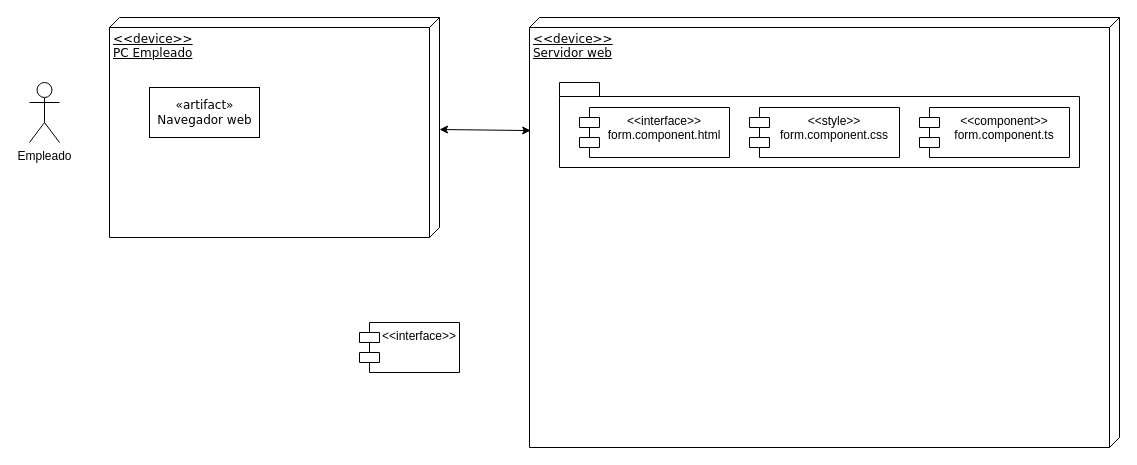
This is Diagramas/DiagramaDespliegue.drawio from JorgeADnro/R1Torres, a draw.io file, before an edit. Source tidied: cells renumbered, new cells numbered last; positions are measured from the earlier drawing's top-left corner, leaving out a move shared by most shapes. Both pictures are drawn from the tidied source at 100%, with x=0, y=0 at pixel (29, 17).
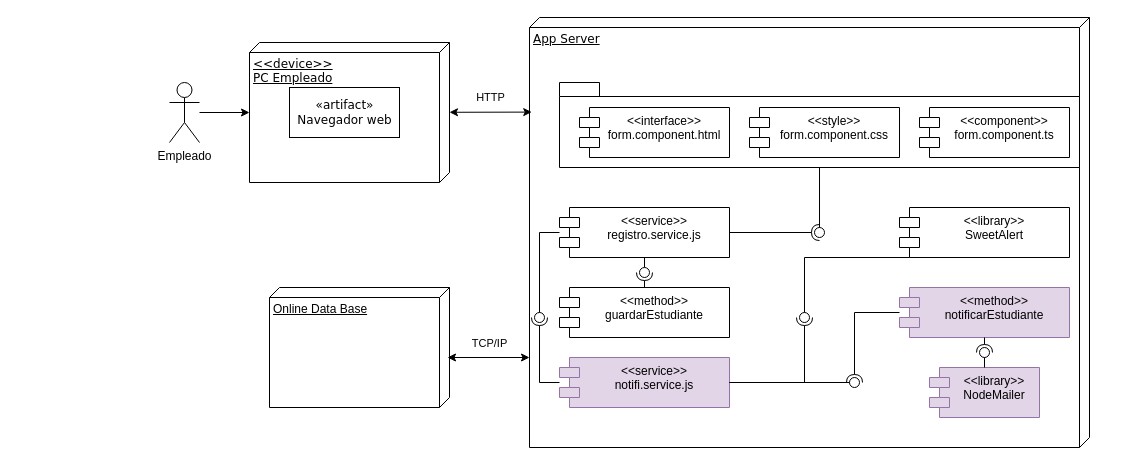
The same diagram, later.

The change refers to these unchanged cells:
```xml
<mxCell id="7" style="shape=folder;fontStyle=1;spacingTop=10;tabWidth=40;tabHeight=14;tabPosition=left;html=1;whiteSpace=wrap;" parent="1" vertex="1">
  <mxGeometry x="530" y="65" width="520" height="85" as="geometry" />
</mxCell>
```

The edit, as a diff of the source:
```diff
@@
     <mxCell id="2" value="&amp;lt;&amp;lt;device&amp;gt;&amp;gt;&lt;br&gt;PC Empleado" style="verticalAlign=top;align=left;spacingTop=8;spacingLeft=2;spacingRight=12;shape=cube;size=10;direction=south;fontStyle=4;html=1;rounded=0;shadow=0;comic=0;labelBackgroundColor=none;strokeWidth=1;fontFamily=Verdana;fontSize=12;" parent="1" vertex="1">
-      <mxGeometry x="80" width="330" height="220" as="geometry" />
+      <mxGeometry x="220" y="25" width="200" height="140" as="geometry" />
     </mxCell>
-    <mxCell id="3" value="&amp;lt;&amp;lt;device&amp;gt;&amp;gt;&lt;br&gt;Servidor web" style="verticalAlign=top;align=left;spacingTop=8;spacingLeft=2;spacingRight=12;shape=cube;size=10;direction=south;fontStyle=4;html=1;rounded=0;shadow=0;comic=0;labelBackgroundColor=none;strokeWidth=1;fontFamily=Verdana;fontSize=12;" parent="1" vertex="1">
-      <mxGeometry x="500" width="590" height="430" as="geometry" />
+    <mxCell id="3" value="App Server" style="verticalAlign=top;align=left;spacingTop=8;spacingLeft=2;spacingRight=12;shape=cube;size=10;direction=south;fontStyle=4;html=1;rounded=0;shadow=0;comic=0;labelBackgroundColor=none;strokeWidth=1;fontFamily=Verdana;fontSize=12;" parent="1" vertex="1">
+      <mxGeometry x="500" width="560" height="430" as="geometry" />
     </mxCell>
     <mxCell id="4" value="«artifact»&lt;br&gt;Navegador web" style="html=1;rounded=0;shadow=0;comic=0;labelBackgroundColor=none;strokeWidth=1;fontFamily=Verdana;fontSize=12;align=center;" parent="1" vertex="1">
-      <mxGeometry x="120" y="70" width="110" height="50" as="geometry" />
+      <mxGeometry x="260" y="70" width="110" height="50" as="geometry" />
     </mxCell>
     <mxCell id="5" value="Empleado" style="shape=umlActor;verticalLabelPosition=bottom;verticalAlign=top;html=1;outlineConnect=0;" parent="1" vertex="1">
-      <mxGeometry y="65" width="30" height="60" as="geometry" />
+      <mxGeometry x="140" y="65" width="30" height="60" as="geometry" />
     </mxCell>
-    <mxCell id="6" style="endArrow=classic;startArrow=classic;html=1;rounded=0;entryX=0.263;entryY=0.998;entryDx=0;entryDy=0;entryPerimeter=0;" parent="1" edge="1" source="2" target="3">
+    <mxCell id="6" style="endArrow=classic;startArrow=classic;html=1;rounded=0;entryX=0.22;entryY=0.996;entryDx=0;entryDy=0;entryPerimeter=0;" parent="1" edge="1" source="2" target="3">
       <mxGeometry relative="1" as="geometry" />
     </mxCell>
+    <mxCell id="12" value="HTTP" style="edgeLabel;html=1;align=center;verticalAlign=middle;" parent="6" vertex="1">
+      <mxGeometry y="1" relative="1" as="geometry">
+        <mxPoint y="-14" as="offset" />
+      </mxGeometry>
+    </mxCell>
@@
-    <mxCell id="9" value="&amp;lt;&amp;lt;interface&amp;gt;&amp;gt;" style="shape=module;align=left;spacingLeft=20;align=center;verticalAlign=top;whiteSpace=wrap;html=1;" parent="1" vertex="1">
-      <mxGeometry x="330" y="305" width="100" height="50" as="geometry" />
-    </mxCell>
@@
+    <mxCell id="13" value="&amp;lt;&amp;lt;service&amp;gt;&amp;gt;&lt;br&gt;registro.service.js" style="shape=module;align=left;spacingLeft=20;align=center;verticalAlign=top;whiteSpace=wrap;html=1;" parent="1" vertex="1">
+      <mxGeometry x="530" y="190" width="170" height="50" as="geometry" />
+    </mxCell>
+    <mxCell id="14" value="&amp;lt;&amp;lt;service&amp;gt;&amp;gt;&lt;br&gt;notifi.service.js" style="shape=module;align=left;spacingLeft=20;align=center;verticalAlign=top;whiteSpace=wrap;html=1;fillColor=#e1d5e7;strokeColor=#9673a6;" parent="1" vertex="1">
+      <mxGeometry x="530" y="340" width="170" height="50" as="geometry" />
+    </mxCell>
+    <mxCell id="15" value="&amp;lt;&amp;lt;method&amp;gt;&amp;gt;&lt;br&gt;guardarEstudiante" style="shape=module;align=left;spacingLeft=20;align=center;verticalAlign=top;whiteSpace=wrap;html=1;" parent="1" vertex="1">
+      <mxGeometry x="530" y="270" width="170" height="50" as="geometry" />
+    </mxCell>
+    <mxCell id="16" style="rounded=0;jettySize=auto;html=1;endArrow=halfCircle;endFill=0;endSize=6;strokeWidth=1;sketch=0;" parent="1" edge="1" source="13" target="18">
+      <mxGeometry relative="1" as="geometry" />
+    </mxCell>
+    <mxCell id="17" style="rounded=0;jettySize=auto;html=1;endArrow=oval;endFill=0;sketch=0;sourcePerimeterSpacing=0;targetPerimeterSpacing=0;endSize=10;exitX=0.5;exitY=1;exitDx=0;exitDy=0;exitPerimeter=0;" parent="1" edge="1" source="7" target="18">
+      <mxGeometry relative="1" as="geometry" />
+    </mxCell>
+    <mxCell id="18" style="ellipse;whiteSpace=wrap;html=1;align=center;fillColor=none;strokeColor=none;perimeter=centerPerimeter;points=[];outlineConnect=1;" parent="1" vertex="1">
+      <mxGeometry x="785" y="210" width="10" height="10" as="geometry" />
+    </mxCell>
+    <mxCell id="19" value="&amp;lt;&amp;lt;library&amp;gt;&amp;gt;&lt;br&gt;SweetAlert" style="shape=module;align=left;spacingLeft=20;align=center;verticalAlign=top;whiteSpace=wrap;html=1;" parent="1" vertex="1">
+      <mxGeometry x="870" y="190" width="170" height="50" as="geometry" />
+    </mxCell>
+    <mxCell id="20" value="&amp;lt;&amp;lt;library&amp;gt;&amp;gt;&lt;br&gt;NodeMailer" style="shape=module;align=left;spacingLeft=20;align=center;verticalAlign=top;whiteSpace=wrap;html=1;fillColor=#e1d5e7;strokeColor=#9673a6;" parent="1" vertex="1">
+      <mxGeometry x="900" y="350" width="110" height="50" as="geometry" />
+    </mxCell>
+    <mxCell id="21" value="&amp;lt;&amp;lt;method&amp;gt;&amp;gt;&lt;br&gt;notificarEstudiante" style="shape=module;align=left;spacingLeft=20;align=center;verticalAlign=top;whiteSpace=wrap;html=1;fillColor=#e1d5e7;strokeColor=#9673a6;" parent="1" vertex="1">
+      <mxGeometry x="870" y="270" width="170" height="50" as="geometry" />
+    </mxCell>
+    <mxCell id="22" style="rounded=0;jettySize=auto;html=1;endArrow=halfCircle;endFill=0;endSize=6;strokeWidth=1;sketch=0;" parent="1" edge="1" source="15" target="24">
+      <mxGeometry relative="1" as="geometry" />
+    </mxCell>
+    <mxCell id="23" style="rounded=0;jettySize=auto;html=1;endArrow=oval;endFill=0;sketch=0;sourcePerimeterSpacing=0;targetPerimeterSpacing=0;endSize=10;" parent="1" edge="1" source="13" target="24">
+      <mxGeometry relative="1" as="geometry" />
+    </mxCell>
+    <mxCell id="24" style="ellipse;whiteSpace=wrap;html=1;align=center;fillColor=none;strokeColor=none;perimeter=centerPerimeter;points=[];outlineConnect=1;" parent="1" vertex="1">
+      <mxGeometry x="610" y="250" width="10" height="10" as="geometry" />
+    </mxCell>
+    <mxCell id="25" style="rounded=0;jettySize=auto;html=1;endArrow=halfCircle;endFill=0;endSize=6;strokeWidth=1;sketch=0;" parent="1" edge="1" source="14" target="27">
+      <mxGeometry relative="1" as="geometry">
+        <Array as="points">
+          <mxPoint x="510" y="365" />
+        </Array>
+      </mxGeometry>
+    </mxCell>
+    <mxCell id="26" style="rounded=0;jettySize=auto;html=1;endArrow=oval;endFill=0;sketch=0;sourcePerimeterSpacing=0;targetPerimeterSpacing=0;endSize=10;" parent="1" edge="1" source="13" target="27">
+      <mxGeometry relative="1" as="geometry">
+        <Array as="points">
+          <mxPoint x="510" y="215" />
+        </Array>
+      </mxGeometry>
+    </mxCell>
+    <mxCell id="27" style="ellipse;whiteSpace=wrap;html=1;align=center;fillColor=none;strokeColor=none;perimeter=centerPerimeter;points=[];outlineConnect=1;" parent="1" vertex="1">
+      <mxGeometry x="505" y="295" width="10" height="10" as="geometry" />
+    </mxCell>
+    <mxCell id="28" style="rounded=0;jettySize=auto;html=1;endArrow=halfCircle;endFill=0;endSize=6;strokeWidth=1;sketch=0;" parent="1" edge="1" source="21" target="30">
+      <mxGeometry relative="1" as="geometry">
+        <Array as="points">
+          <mxPoint x="825" y="295" />
+        </Array>
+      </mxGeometry>
+    </mxCell>
+    <mxCell id="29" style="rounded=0;jettySize=auto;html=1;endArrow=oval;endFill=0;sketch=0;sourcePerimeterSpacing=0;targetPerimeterSpacing=0;endSize=10;" parent="1" edge="1" source="14" target="30">
+      <mxGeometry relative="1" as="geometry" />
+    </mxCell>
+    <mxCell id="30" style="ellipse;whiteSpace=wrap;html=1;align=center;fillColor=none;strokeColor=none;perimeter=centerPerimeter;points=[];outlineConnect=1;" parent="1" vertex="1">
+      <mxGeometry x="820" y="360" width="10" height="10" as="geometry" />
+    </mxCell>
+    <mxCell id="31" style="rounded=0;jettySize=auto;html=1;endArrow=halfCircle;endFill=0;endSize=6;strokeWidth=1;sketch=0;" parent="1" edge="1" source="14" target="33">
+      <mxGeometry relative="1" as="geometry">
+        <Array as="points">
+          <mxPoint x="775" y="365" />
+        </Array>
+      </mxGeometry>
+    </mxCell>
+    <mxCell id="32" style="rounded=0;jettySize=auto;html=1;endArrow=oval;endFill=0;sketch=0;sourcePerimeterSpacing=0;targetPerimeterSpacing=0;endSize=10;exitX=0;exitY=1;exitDx=10;exitDy=0;exitPerimeter=0;" parent="1" edge="1" source="19" target="33">
+      <mxGeometry relative="1" as="geometry">
+        <Array as="points">
+          <mxPoint x="775" y="240" />
+        </Array>
+      </mxGeometry>
+    </mxCell>
+    <mxCell id="33" style="ellipse;whiteSpace=wrap;html=1;align=center;fillColor=none;strokeColor=none;perimeter=centerPerimeter;points=[];outlineConnect=1;" parent="1" vertex="1">
+      <mxGeometry x="770" y="295" width="10" height="10" as="geometry" />
+    </mxCell>
+    <mxCell id="34" style="rounded=0;jettySize=auto;html=1;endArrow=halfCircle;endFill=0;endSize=6;strokeWidth=1;sketch=0;" parent="1" edge="1" source="21" target="36">
+      <mxGeometry relative="1" as="geometry" />
+    </mxCell>
+    <mxCell id="35" style="rounded=0;jettySize=auto;html=1;endArrow=oval;endFill=0;sketch=0;sourcePerimeterSpacing=0;targetPerimeterSpacing=0;endSize=10;" parent="1" edge="1" source="20" target="36">
+      <mxGeometry relative="1" as="geometry" />
+    </mxCell>
+    <mxCell id="36" style="ellipse;whiteSpace=wrap;html=1;align=center;fillColor=none;strokeColor=none;perimeter=centerPerimeter;points=[];outlineConnect=1;" parent="1" vertex="1">
+      <mxGeometry x="950" y="330" width="10" height="10" as="geometry" />
+    </mxCell>
+    <mxCell id="37" style="endArrow=classic;html=1;rounded=0;" parent="1" edge="1" source="5" target="2">
+      <mxGeometry relative="1" as="geometry" />
+    </mxCell>
+    <mxCell id="38" value="Online Data Base" style="verticalAlign=top;align=left;spacingTop=8;spacingLeft=2;spacingRight=12;shape=cube;size=10;direction=south;fontStyle=4;html=1;whiteSpace=wrap;" parent="1" vertex="1">
+      <mxGeometry x="240" y="270" width="180" height="120" as="geometry" />
+    </mxCell>
+    <mxCell id="39" style="endArrow=classic;startArrow=classic;html=1;rounded=0;entryX=0.22;entryY=0.996;entryDx=0;entryDy=0;entryPerimeter=0;" parent="1" edge="1">
+      <mxGeometry relative="1" as="geometry">
+        <mxPoint x="418" y="340" as="sourcePoint" />
+        <mxPoint x="500" y="340" as="targetPoint" />
+      </mxGeometry>
+    </mxCell>
+    <mxCell id="40" value="TCP/IP" style="edgeLabel;html=1;align=center;verticalAlign=middle;" parent="39" vertex="1">
+      <mxGeometry y="1" relative="1" as="geometry">
+        <mxPoint y="-14" as="offset" />
+      </mxGeometry>
+    </mxCell>
```
